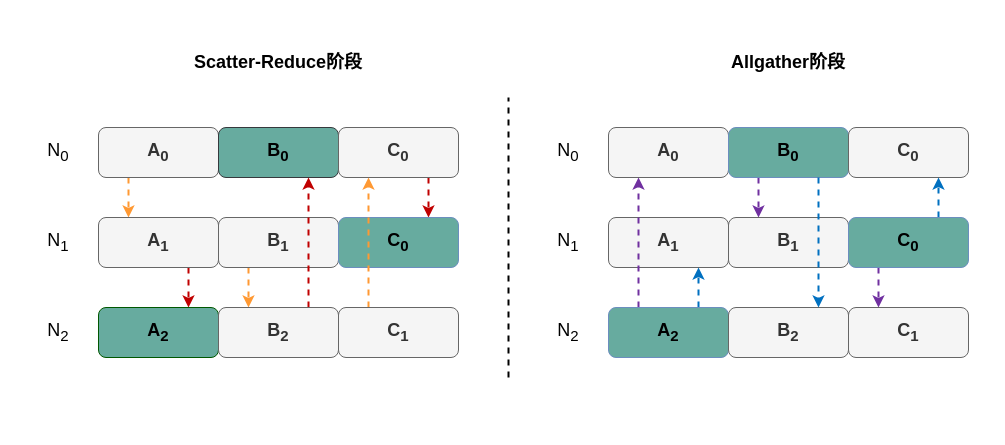
Above: Ring-Allreduce.drawio in abdzhangzeyu/draw.io (draw.io), before the change. Source tidied: cells renumbered, new cells numbered last; positions are measured from the earlier drawing's top-left corner, leaving out a move shared by most shapes. Both pictures are drawn from the tidied source at 100%, with x=0, y=0 at pixel (28, 47).
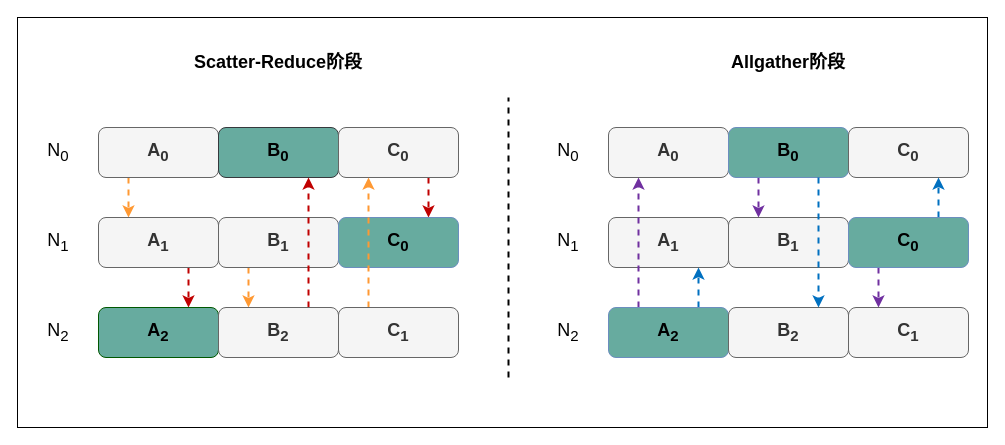
After the change.

The edit, as a diff of the source:
```diff
@@
+    <mxCell id="41" style="rounded=0;whiteSpace=wrap;html=1;fontSize=18;fontColor=#000000;strokeColor=#000000;fillColor=none;" parent="1" vertex="1">
+      <mxGeometry x="-11" y="-30" width="970" height="410" as="geometry" />
+    </mxCell>
```
